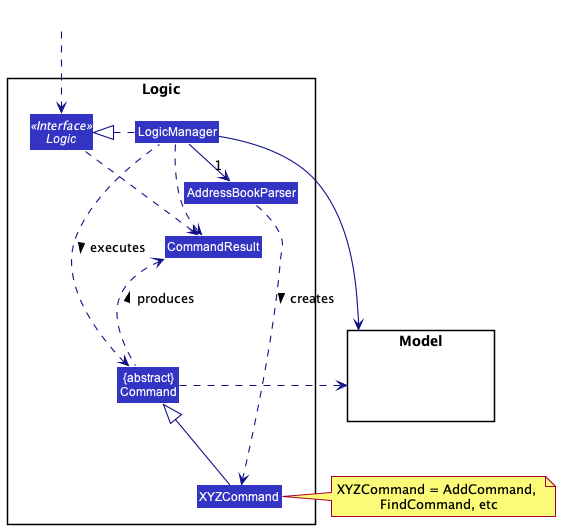
This is docs/images/LogicClassDiagram.png from sheehui/tp, a PlantUML export, as it was before one commit. Its source is kept beside it as docs/diagrams/LogicClassDiagram.puml.
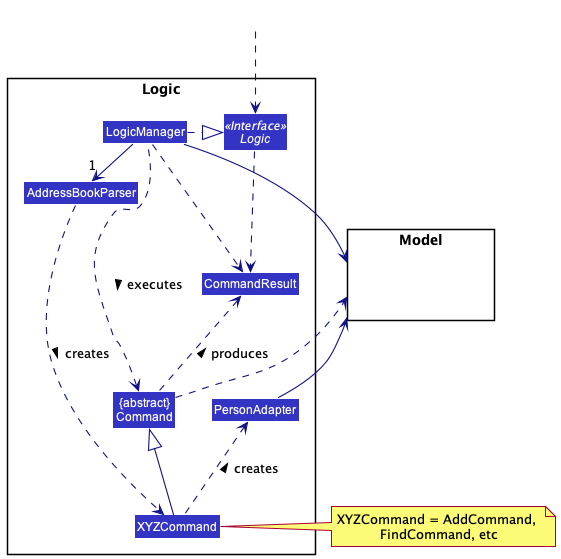
Above is the later version.

The edit, as a diff of the source:
```diff
@@ -10,6 +10,7 @@
 Class XYZCommand
 Class CommandResult
 Class "{abstract}\nCommand" as Command
+class PersonAdapter
 
 
 Interface Logic <<Interface>>
@@ -28,9 +29,11 @@
 AddressBookParser ..> XYZCommand : creates >
 
 XYZCommand -up-|> Command
+XYZCommand  .up.> PersonAdapter : creates >
 LogicManager .left.> Command : executes >
 
 LogicManager --> Model
+PersonAdapter -up-> Model
 Command .right.> Model
 note right of XYZCommand: XYZCommand = AddCommand, \nFindCommand, etc
 
```
